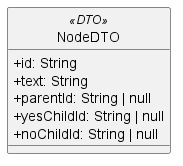
The PlantUML diagram src/PB/DocumentazioneEsterna/Specifica_Tecnica/content/05-diagrammi-classi/uml/png/frontend/NodeDTO.png in GroupRubberDuck/Documentazione, before a commit.
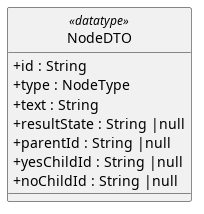
After the commit.

Change to the diagram source:
```diff
@@ -1,13 +1,19 @@
-@startuml NodeDTO
+@startuml
+skinparam linetype ortho
+skinparam nodesep 80
+skinparam ranksep 100
 skinparam classAttributeIconSize 0
+skinparam packageStyle rectangle
 skinparam style strictuml
 
-class NodeDTO << (D,#FF7700) DTO >> {
-  + id: String
-  + text: String
-  + parentId: String | null
-  + yesChildId: String | null
-  + noChildId: String | null
+
+class NodeDTO <<datatype>> {
+  + id : String
+  + type : NodeType
+  + text : String
+  + resultState : String |null
+  + parentId : String |null
+  + yesChildId : String |null
+  + noChildId : String |null
 }
-
 @enduml
```
